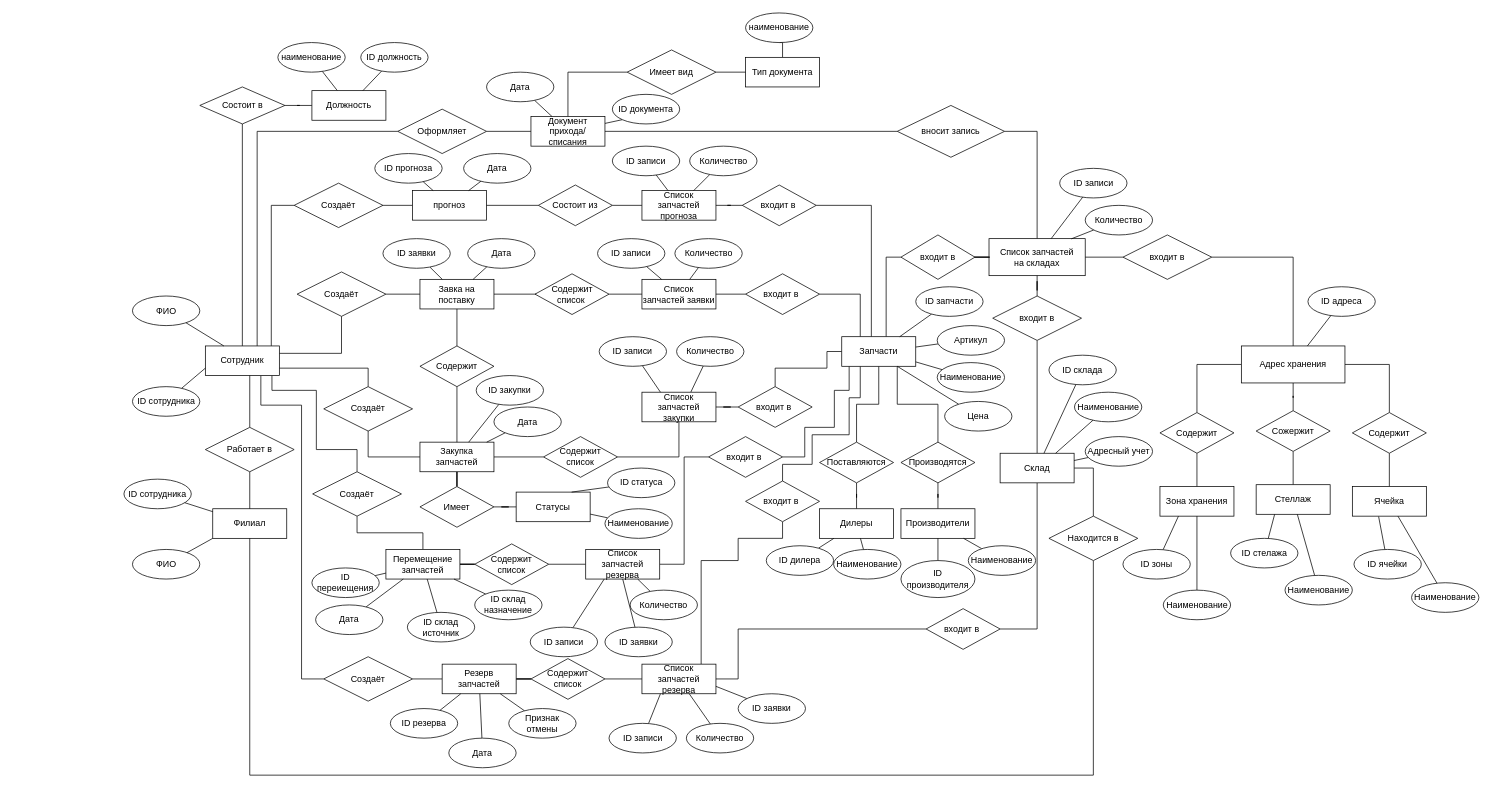
This is ER модель.drawio from aapoplavskii/Project_Otus_SA, a draw.io file, before an edit. Source tidied: cells renumbered, new cells numbered last; positions are measured from the earlier drawing's top-left corner, leaving out a move shared by most shapes. Both pictures are drawn from the tidied source at 74%, with x=0, y=0 at pixel (124, 13).
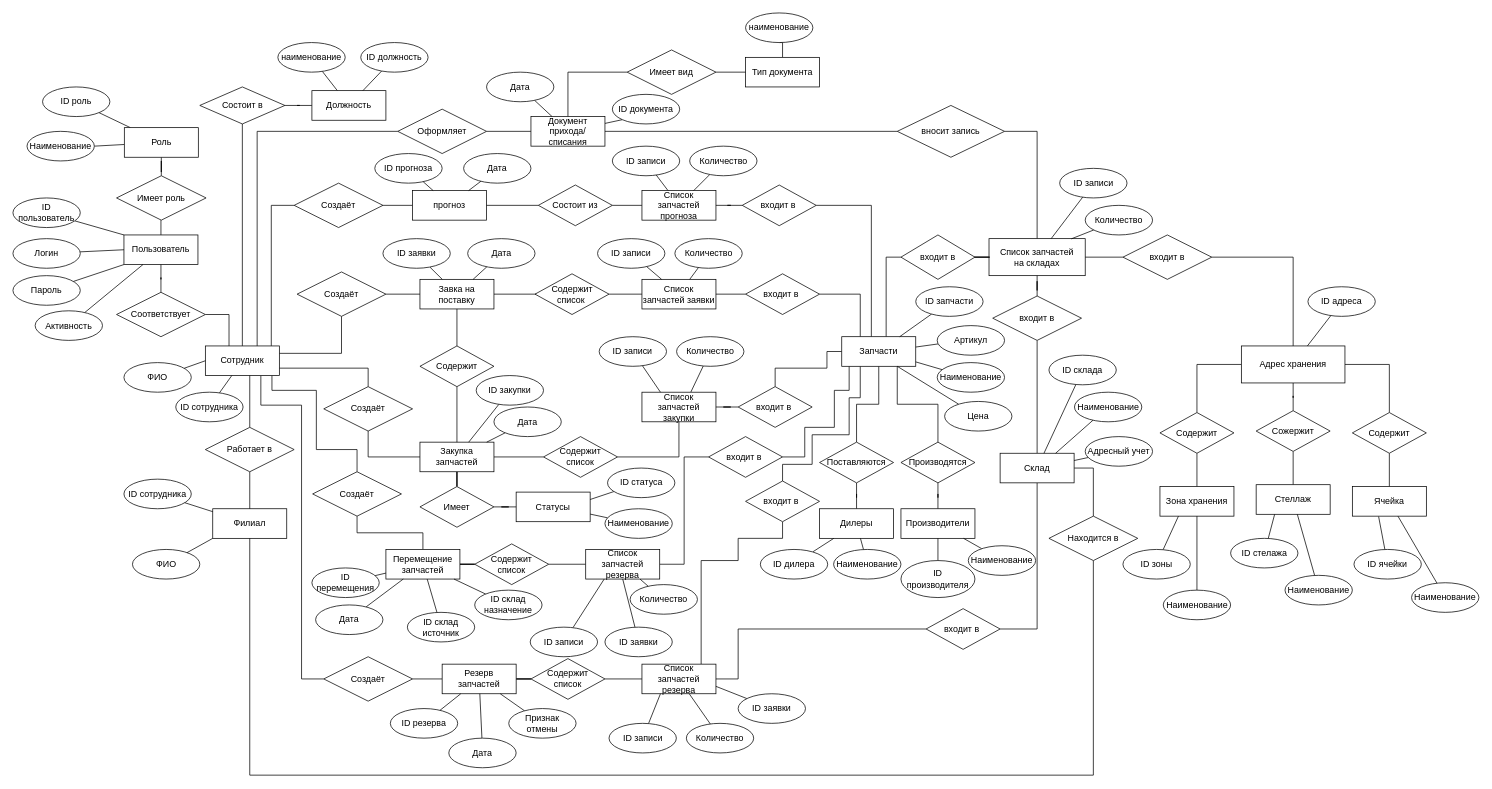
After the change.

Unchanged cells that the change refers to:
```xml
<mxCell id="10" value="Сотрудник" style="whiteSpace=wrap;html=1;align=center;" parent="1" vertex="1">
  <mxGeometry x="110" y="450" width="100" height="40" as="geometry" />
</mxCell>
<mxCell id="44" value="Статусы" style="whiteSpace=wrap;html=1;align=center;" parent="1" vertex="1">
  <mxGeometry x="530" y="647.5" width="100" height="40" as="geometry" />
</mxCell>
<mxCell id="152" value="ID статуса" style="ellipse;whiteSpace=wrap;html=1;" parent="1" vertex="1">
  <mxGeometry x="653.5" y="615" width="91" height="40" as="geometry" />
</mxCell>
```

The edit, as a diff of the source:
```diff
@@
+    <mxCell id="236" style="edgeStyle=orthogonalEdgeStyle;rounded=0;jettySize=auto;html=1;entryX=1;entryY=0.5;entryDx=0;entryDy=0;exitX=0.32;exitY=0.025;exitDx=0;exitDy=0;exitPerimeter=0;endArrow=none;endFill=0;" parent="1" edge="1" source="10" target="240">
+      <mxGeometry relative="1" as="geometry" />
+    </mxCell>
@@
-    <mxCell id="121" style="rounded=0;jettySize=auto;html=1;endArrow=none;endFill=0;exitX=0.25;exitY=0;exitDx=0;exitDy=0;" parent="1" edge="1" source="10" target="122">
+    <mxCell id="121" style="rounded=0;jettySize=auto;html=1;endArrow=none;endFill=0;exitX=0;exitY=0.5;exitDx=0;exitDy=0;" parent="1" edge="1" source="10" target="122">
       <mxGeometry relative="1" as="geometry" />
     </mxCell>
     <mxCell id="122" value="ФИО" style="ellipse;whiteSpace=wrap;html=1;" parent="1" vertex="1">
-      <mxGeometry x="11.5" y="382.5" width="91" height="40" as="geometry" />
+      <mxGeometry y="472.5" width="91" height="40" as="geometry" />
     </mxCell>
-    <mxCell id="123" style="rounded=0;jettySize=auto;html=1;endArrow=none;endFill=0;exitX=0;exitY=0.75;exitDx=0;exitDy=0;" parent="1" edge="1" source="10" target="124">
+    <mxCell id="123" style="rounded=0;jettySize=auto;html=1;endArrow=none;endFill=0;" parent="1" edge="1" source="10" target="124">
       <mxGeometry relative="1" as="geometry" />
     </mxCell>
     <mxCell id="124" value="ID сотрудника" style="ellipse;whiteSpace=wrap;html=1;" parent="1" vertex="1">
-      <mxGeometry x="11.5" y="505" width="91" height="40" as="geometry" />
+      <mxGeometry x="70" y="512.5" width="91" height="40" as="geometry" />
     </mxCell>
@@
-    <mxCell id="151" style="rounded=0;jettySize=auto;html=1;entryX=0.75;entryY=0;entryDx=0;entryDy=0;endArrow=none;endFill=0;" parent="1" edge="1" source="152" target="44">
+    <mxCell id="151" style="rounded=0;jettySize=auto;html=1;entryX=1;entryY=0.25;entryDx=0;entryDy=0;endArrow=none;endFill=0;" parent="1" edge="1" source="152" target="44">
       <mxGeometry relative="1" as="geometry" />
     </mxCell>
@@
     <mxCell id="172" value="ID дилера" style="ellipse;whiteSpace=wrap;html=1;" parent="1" vertex="1">
-      <mxGeometry x="868" y="720" width="91" height="40" as="geometry" />
+      <mxGeometry x="860" y="725" width="91" height="40" as="geometry" />
     </mxCell>
@@
-    <mxCell id="221" value="ID переиещения" style="ellipse;whiteSpace=wrap;html=1;" parent="1" vertex="1">
+    <mxCell id="221" value="ID перемещения" style="ellipse;whiteSpace=wrap;html=1;" parent="1" vertex="1">
       <mxGeometry x="254" y="750" width="91" height="40" as="geometry" />
     </mxCell>
@@
     <mxCell id="229" value="Количество" style="ellipse;whiteSpace=wrap;html=1;" parent="1" vertex="1">
-      <mxGeometry x="684" y="780" width="91" height="40" as="geometry" />
+      <mxGeometry x="684" y="772.5" width="91" height="40" as="geometry" />
     </mxCell>
@@
+    <mxCell id="237" style="edgeStyle=orthogonalEdgeStyle;rounded=0;jettySize=auto;html=1;entryX=0.5;entryY=1;entryDx=0;entryDy=0;endArrow=none;endFill=0;" parent="1" edge="1" source="238" target="242">
+      <mxGeometry relative="1" as="geometry" />
+    </mxCell>
+    <mxCell id="238" value="Пользователь" style="whiteSpace=wrap;html=1;align=center;" parent="1" vertex="1">
+      <mxGeometry y="300" width="100" height="40" as="geometry" />
+    </mxCell>
+    <mxCell id="239" style="edgeStyle=orthogonalEdgeStyle;rounded=0;jettySize=auto;html=1;entryX=0.5;entryY=1;entryDx=0;entryDy=0;endArrow=none;endFill=0;" parent="1" edge="1" source="240" target="238">
+      <mxGeometry relative="1" as="geometry" />
+    </mxCell>
+    <mxCell id="240" value="Соответствует" style="shape=rhombus;perimeter=rhombusPerimeter;whiteSpace=wrap;html=1;align=center;rotation=0;" parent="1" vertex="1">
+      <mxGeometry x="-10" y="377.5" width="120" height="60" as="geometry" />
+    </mxCell>
+    <mxCell id="241" style="edgeStyle=orthogonalEdgeStyle;rounded=0;jettySize=auto;html=1;endArrow=none;endFill=0;" parent="1" edge="1" source="242" target="245">
+      <mxGeometry relative="1" as="geometry" />
+    </mxCell>
+    <mxCell id="242" value="Имеет роль" style="shape=rhombus;perimeter=rhombusPerimeter;whiteSpace=wrap;html=1;align=center;rotation=0;" parent="1" vertex="1">
+      <mxGeometry x="-10" y="220" width="121" height="60" as="geometry" />
+    </mxCell>
+    <mxCell id="243" style="rounded=0;jettySize=auto;html=1;endArrow=none;endFill=0;" parent="1" edge="1" source="245" target="247">
+      <mxGeometry relative="1" as="geometry" />
+    </mxCell>
+    <mxCell id="244" style="rounded=0;jettySize=auto;html=1;entryX=1;entryY=0.5;entryDx=0;entryDy=0;endArrow=none;endFill=0;" parent="1" edge="1" source="245" target="246">
+      <mxGeometry relative="1" as="geometry" />
+    </mxCell>
+    <mxCell id="245" value="Роль" style="whiteSpace=wrap;html=1;align=center;" parent="1" vertex="1">
+      <mxGeometry x="0.5" y="155" width="100" height="40" as="geometry" />
+    </mxCell>
+    <mxCell id="246" value="Наименование" style="ellipse;whiteSpace=wrap;html=1;" parent="1" vertex="1">
+      <mxGeometry x="-131" y="160" width="91" height="40" as="geometry" />
+    </mxCell>
+    <mxCell id="247" value="ID роль" style="ellipse;whiteSpace=wrap;html=1;" parent="1" vertex="1">
+      <mxGeometry x="-110" y="100" width="91" height="40" as="geometry" />
+    </mxCell>
+    <mxCell id="248" style="rounded=0;jettySize=auto;html=1;entryX=0;entryY=0;entryDx=0;entryDy=0;endArrow=none;endFill=0;" parent="1" edge="1" source="249" target="238">
+      <mxGeometry relative="1" as="geometry" />
+    </mxCell>
+    <mxCell id="249" value="ID пользователь" style="ellipse;whiteSpace=wrap;html=1;" parent="1" vertex="1">
+      <mxGeometry x="-150" y="250" width="91" height="40" as="geometry" />
+    </mxCell>
+    <mxCell id="250" style="rounded=0;jettySize=auto;html=1;endArrow=none;endFill=0;entryX=0;entryY=0.5;entryDx=0;entryDy=0;" parent="1" edge="1" source="251" target="238">
+      <mxGeometry relative="1" as="geometry" />
+    </mxCell>
+    <mxCell id="251" value="Логин" style="ellipse;whiteSpace=wrap;html=1;" parent="1" vertex="1">
+      <mxGeometry x="-150" y="305" width="91" height="40" as="geometry" />
+    </mxCell>
+    <mxCell id="252" style="rounded=0;jettySize=auto;html=1;endArrow=none;endFill=0;entryX=0;entryY=1;entryDx=0;entryDy=0;" parent="1" edge="1" source="253" target="238">
+      <mxGeometry relative="1" as="geometry" />
+    </mxCell>
+    <mxCell id="253" value="Пароль" style="ellipse;whiteSpace=wrap;html=1;" parent="1" vertex="1">
+      <mxGeometry x="-150" y="355" width="91" height="40" as="geometry" />
+    </mxCell>
+    <mxCell id="254" style="rounded=0;jettySize=auto;html=1;endArrow=none;endFill=0;" parent="1" edge="1" source="255" target="238">
+      <mxGeometry relative="1" as="geometry" />
+    </mxCell>
+    <mxCell id="255" value="Активность" style="ellipse;whiteSpace=wrap;html=1;" parent="1" vertex="1">
+      <mxGeometry x="-120" y="402.5" width="91" height="40" as="geometry" />
+    </mxCell>
```
